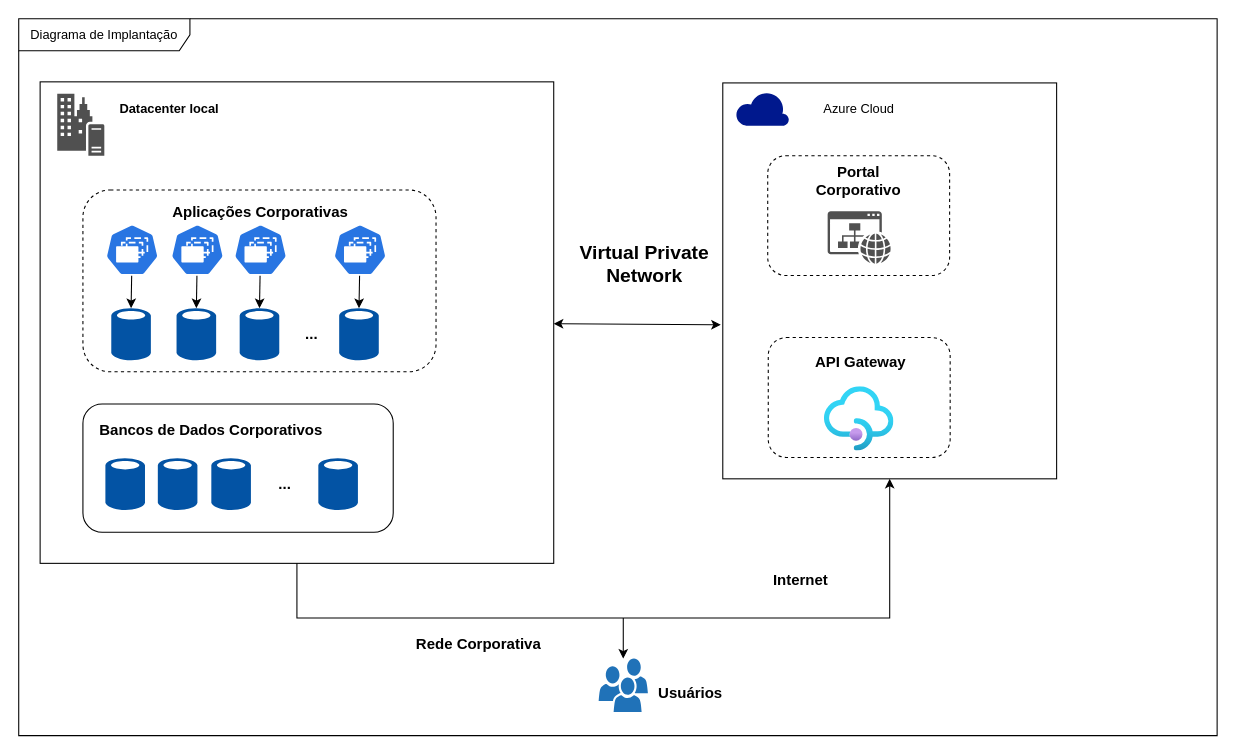
Above: page "Implantação" (4 of 4) of GISA_Adriana_Diego.drawio in TCC-ArqSD-2023/db-diagram (draw.io), before the change. Source tidied: cells renumbered, new cells numbered last; positions are measured from the earlier drawing's top-left corner, leaving out a move shared by most shapes. Both pictures are drawn from the tidied source at 107%, with x=0, y=0 at pixel (18, 18).
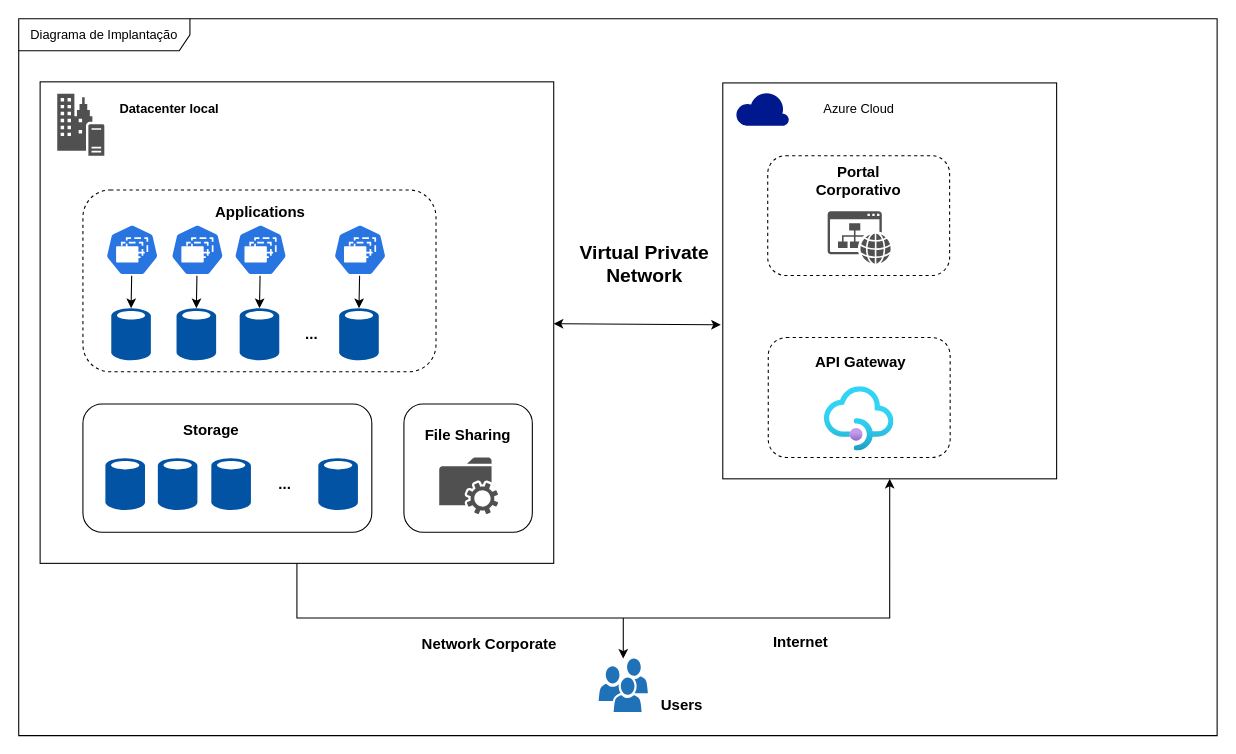
The same page after the edit.

Commit message (it also covers changes not shown here):
Ajustes no diagrama de implantação

The change refers to these unchanged cells:
```xml
<mxCell id="2" value="Diagrama de Implantação" style="shape=umlFrame;whiteSpace=wrap;html=1;width=160;" parent="1" vertex="1">
  <mxGeometry width="1120" height="670" as="geometry" />
</mxCell>
```

Change to the diagram source:
```diff
@@
-    <mxCell id="19" value="&lt;font style=&quot;font-size: 14px;&quot;&gt;&lt;b&gt;Aplicações Corporativas&lt;/b&gt;&lt;/font&gt;" style="text;html=1;strokeColor=none;fillColor=none;align=center;verticalAlign=middle;whiteSpace=wrap;rounded=0;" parent="2" vertex="1">
+    <mxCell id="19" value="&lt;font style=&quot;font-size: 14px;&quot;&gt;&lt;b&gt;Applications&lt;/b&gt;&lt;/font&gt;" style="text;html=1;strokeColor=none;fillColor=none;align=center;verticalAlign=middle;whiteSpace=wrap;rounded=0;" parent="2" vertex="1">
       <mxGeometry x="141" y="166" width="170" height="30" as="geometry" />
     </mxCell>
@@
     <mxCell id="23" style="rounded=1;whiteSpace=wrap;html=1;" parent="2" vertex="1">
-      <mxGeometry x="60" y="360" width="290" height="120" as="geometry" />
+      <mxGeometry x="60" y="360" width="270" height="120" as="geometry" />
     </mxCell>
-    <mxCell id="24" value="&lt;font style=&quot;font-size: 14px;&quot;&gt;&lt;b&gt;Bancos de Dados Corporativos&lt;/b&gt;&lt;/font&gt;" style="text;html=1;strokeColor=none;fillColor=none;align=center;verticalAlign=middle;whiteSpace=wrap;rounded=0;" parent="2" vertex="1">
+    <mxCell id="24" value="&lt;font style=&quot;font-size: 14px;&quot;&gt;&lt;b&gt;Storage&lt;/b&gt;&lt;/font&gt;" style="text;html=1;strokeColor=none;fillColor=none;align=center;verticalAlign=middle;whiteSpace=wrap;rounded=0;" parent="2" vertex="1">
       <mxGeometry x="70" y="370" width="220" height="30" as="geometry" />
     </mxCell>
@@
-    <mxCell id="42" value="&lt;font style=&quot;font-size: 14px;&quot;&gt;&lt;b&gt;Usuários&lt;/b&gt;&lt;/font&gt;" style="text;html=1;strokeColor=none;fillColor=none;align=center;verticalAlign=middle;whiteSpace=wrap;rounded=0;" parent="2" vertex="1">
-      <mxGeometry x="598" y="615" width="60" height="30" as="geometry" />
+    <mxCell id="42" value="&lt;font style=&quot;font-size: 14px;&quot;&gt;&lt;b&gt;Users&lt;/b&gt;&lt;/font&gt;" style="text;html=1;strokeColor=none;fillColor=none;align=center;verticalAlign=middle;whiteSpace=wrap;rounded=0;" parent="2" vertex="1">
+      <mxGeometry x="590" y="627" width="60" height="30" as="geometry" />
     </mxCell>
-    <mxCell id="43" value="&lt;b&gt;&lt;font style=&quot;font-size: 14px;&quot;&gt;Rede Corporativa&lt;/font&gt;&lt;/b&gt;" style="text;html=1;strokeColor=none;fillColor=none;align=center;verticalAlign=middle;whiteSpace=wrap;rounded=0;" parent="2" vertex="1">
-      <mxGeometry x="370" y="570" width="120" height="30" as="geometry" />
+    <mxCell id="43" value="&lt;b&gt;&lt;font style=&quot;font-size: 14px;&quot;&gt;Network Corporate&lt;/font&gt;&lt;/b&gt;" style="text;html=1;strokeColor=none;fillColor=none;align=center;verticalAlign=middle;whiteSpace=wrap;rounded=0;" parent="2" vertex="1">
+      <mxGeometry x="370" y="570" width="140" height="30" as="geometry" />
     </mxCell>
     <mxCell id="44" value="&lt;b&gt;&lt;font style=&quot;font-size: 14px;&quot;&gt;Internet&lt;/font&gt;&lt;/b&gt;" style="text;html=1;strokeColor=none;fillColor=none;align=center;verticalAlign=middle;whiteSpace=wrap;rounded=0;" parent="2" vertex="1">
-      <mxGeometry x="700.5" y="510" width="60" height="30" as="geometry" />
+      <mxGeometry x="700.5" y="568" width="60" height="30" as="geometry" />
     </mxCell>
+    <mxCell id="45" style="rounded=1;whiteSpace=wrap;html=1;" parent="2" vertex="1">
+      <mxGeometry x="360" y="360" width="120" height="120" as="geometry" />
+    </mxCell>
+    <mxCell id="46" value="&lt;font style=&quot;font-size: 14px;&quot;&gt;&lt;b&gt;File Sharing&lt;/b&gt;&lt;/font&gt;" style="text;html=1;strokeColor=none;fillColor=none;align=center;verticalAlign=middle;whiteSpace=wrap;rounded=0;" parent="2" vertex="1">
+      <mxGeometry x="370" y="374" width="100" height="30" as="geometry" />
+    </mxCell>
+    <mxCell id="47" style="sketch=0;shadow=0;dashed=0;html=1;strokeColor=none;fillColor=#505050;labelPosition=center;verticalLabelPosition=bottom;verticalAlign=top;align=center;shape=mxgraph.office.services.network_file_share_service;" parent="2" vertex="1">
+      <mxGeometry x="393" y="410" width="55" height="53" as="geometry" />
+    </mxCell>
```
